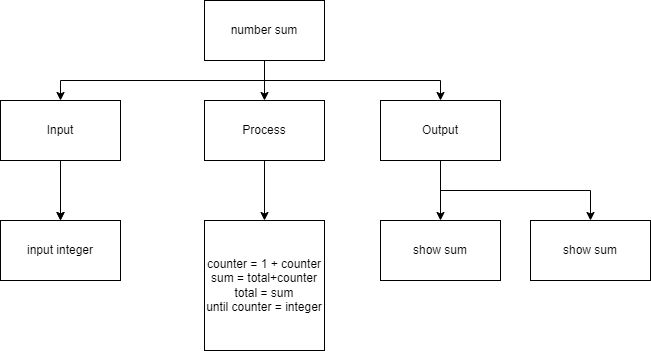
Earlier version of the draw.io export plan.png (devin-jhu/ICS3U-Assignment5-Python). Source tidied: cells renumbered, new cells last; positions are measured from the earlier drawing's top-left corner, leaving out a move shared by most shapes. The source it was exported from:
```xml
<mxGraphModel>
  <root>
    <mxCell id="0" />
    <mxCell id="1" parent="0" />
    <mxCell id="2" style="edgeStyle=orthogonalEdgeStyle;rounded=0;html=1;exitX=0.5;exitY=1;exitDx=0;exitDy=0;entryX=0.5;entryY=0;entryDx=0;entryDy=0;" parent="1" edge="1" source="5" target="10">
      <mxGeometry relative="1" as="geometry" />
    </mxCell>
    <mxCell id="3" style="edgeStyle=orthogonalEdgeStyle;rounded=0;html=1;exitX=0.5;exitY=1;exitDx=0;exitDy=0;entryX=0.5;entryY=0;entryDx=0;entryDy=0;" parent="1" edge="1" source="5" target="8">
      <mxGeometry relative="1" as="geometry" />
    </mxCell>
    <mxCell id="4" style="edgeStyle=orthogonalEdgeStyle;rounded=0;html=1;exitX=0.5;exitY=1;exitDx=0;exitDy=0;" parent="1" edge="1" source="5" target="13">
      <mxGeometry relative="1" as="geometry" />
    </mxCell>
    <mxCell id="5" value="number sum" style="rounded=0;whiteSpace=wrap;html=1;" parent="1" vertex="1">
      <mxGeometry x="204" width="120" height="60" as="geometry" />
    </mxCell>
    <mxCell id="6" style="edgeStyle=orthogonalEdgeStyle;rounded=0;html=1;exitX=0.5;exitY=1;exitDx=0;exitDy=0;entryX=0.5;entryY=0;entryDx=0;entryDy=0;" parent="1" edge="1" source="8">
      <mxGeometry relative="1" as="geometry">
        <mxPoint x="60" y="220" as="targetPoint" />
      </mxGeometry>
    </mxCell>
    <mxCell id="7" style="edgeStyle=orthogonalEdgeStyle;rounded=0;html=1;exitX=0.5;exitY=1;exitDx=0;exitDy=0;" parent="1" edge="1" source="8" target="16">
      <mxGeometry relative="1" as="geometry" />
    </mxCell>
    <mxCell id="8" value="Input" style="rounded=0;whiteSpace=wrap;html=1;" parent="1" vertex="1">
      <mxGeometry y="100" width="120" height="60" as="geometry" />
    </mxCell>
    <mxCell id="9" style="edgeStyle=orthogonalEdgeStyle;html=1;exitX=0.5;exitY=1;exitDx=0;exitDy=0;rounded=0;" parent="1" edge="1" source="10" target="14">
      <mxGeometry relative="1" as="geometry" />
    </mxCell>
    <mxCell id="10" value="Process" style="rounded=0;whiteSpace=wrap;html=1;" parent="1" vertex="1">
      <mxGeometry x="204" y="100" width="120" height="60" as="geometry" />
    </mxCell>
    <mxCell id="11" style="edgeStyle=orthogonalEdgeStyle;html=1;exitX=0.5;exitY=1;exitDx=0;exitDy=0;rounded=0;" parent="1" edge="1" source="13" target="15">
      <mxGeometry relative="1" as="geometry" />
    </mxCell>
    <mxCell id="12" style="edgeStyle=orthogonalEdgeStyle;html=1;exitX=0.5;exitY=1;exitDx=0;exitDy=0;entryX=0.5;entryY=0;entryDx=0;entryDy=0;rounded=0;" parent="1" edge="1" source="13" target="17">
      <mxGeometry relative="1" as="geometry" />
    </mxCell>
    <mxCell id="13" value="Output" style="rounded=0;whiteSpace=wrap;html=1;" parent="1" vertex="1">
      <mxGeometry x="380" y="100" width="120" height="60" as="geometry" />
    </mxCell>
    <mxCell id="14" value="counter = 1 + counter&lt;br&gt;sum = total+counter&lt;br&gt;total = sum&lt;br&gt;until counter = integer" style="rounded=0;whiteSpace=wrap;html=1;" parent="1" vertex="1">
      <mxGeometry x="204" y="220" width="120" height="130" as="geometry" />
    </mxCell>
    <mxCell id="15" value="show sum" style="rounded=0;whiteSpace=wrap;html=1;" parent="1" vertex="1">
      <mxGeometry x="380" y="220" width="120" height="60" as="geometry" />
    </mxCell>
    <mxCell id="16" value="input integer" style="rounded=0;whiteSpace=wrap;html=1;" parent="1" vertex="1">
      <mxGeometry y="220" width="120" height="60" as="geometry" />
    </mxCell>
    <mxCell id="17" value="show sum" style="rounded=0;whiteSpace=wrap;html=1;" parent="1" vertex="1">
      <mxGeometry x="530" y="220" width="120" height="60" as="geometry" />
    </mxCell>
  </root>
</mxGraphModel>
```
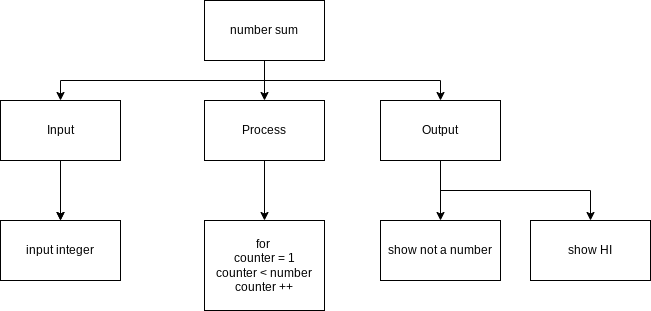
Above is the later version.

What changed in the source:
```diff
@@ -40,16 +40,16 @@
     <mxCell id="13" value="Output" style="rounded=0;whiteSpace=wrap;html=1;" parent="1" vertex="1">
       <mxGeometry x="380" y="100" width="120" height="60" as="geometry" />
     </mxCell>
-    <mxCell id="14" value="counter = 1 + counter&lt;br&gt;sum = total+counter&lt;br&gt;total = sum&lt;br&gt;until counter = integer" style="rounded=0;whiteSpace=wrap;html=1;" parent="1" vertex="1">
-      <mxGeometry x="204" y="220" width="120" height="130" as="geometry" />
+    <mxCell id="14" value="for&amp;nbsp;&lt;br&gt;counter = 1&lt;br&gt;counter &amp;lt; number&lt;br&gt;counter ++" style="rounded=0;whiteSpace=wrap;html=1;" parent="1" vertex="1">
+      <mxGeometry x="204" y="220" width="120" height="90" as="geometry" />
     </mxCell>
-    <mxCell id="15" value="show sum" style="rounded=0;whiteSpace=wrap;html=1;" parent="1" vertex="1">
+    <mxCell id="15" value="show not a number" style="rounded=0;whiteSpace=wrap;html=1;" parent="1" vertex="1">
       <mxGeometry x="380" y="220" width="120" height="60" as="geometry" />
     </mxCell>
     <mxCell id="16" value="input integer" style="rounded=0;whiteSpace=wrap;html=1;" parent="1" vertex="1">
       <mxGeometry y="220" width="120" height="60" as="geometry" />
     </mxCell>
-    <mxCell id="17" value="show sum" style="rounded=0;whiteSpace=wrap;html=1;" parent="1" vertex="1">
+    <mxCell id="17" value="show HI" style="rounded=0;whiteSpace=wrap;html=1;" parent="1" vertex="1">
       <mxGeometry x="530" y="220" width="120" height="60" as="geometry" />
     </mxCell>
   </root>
```
